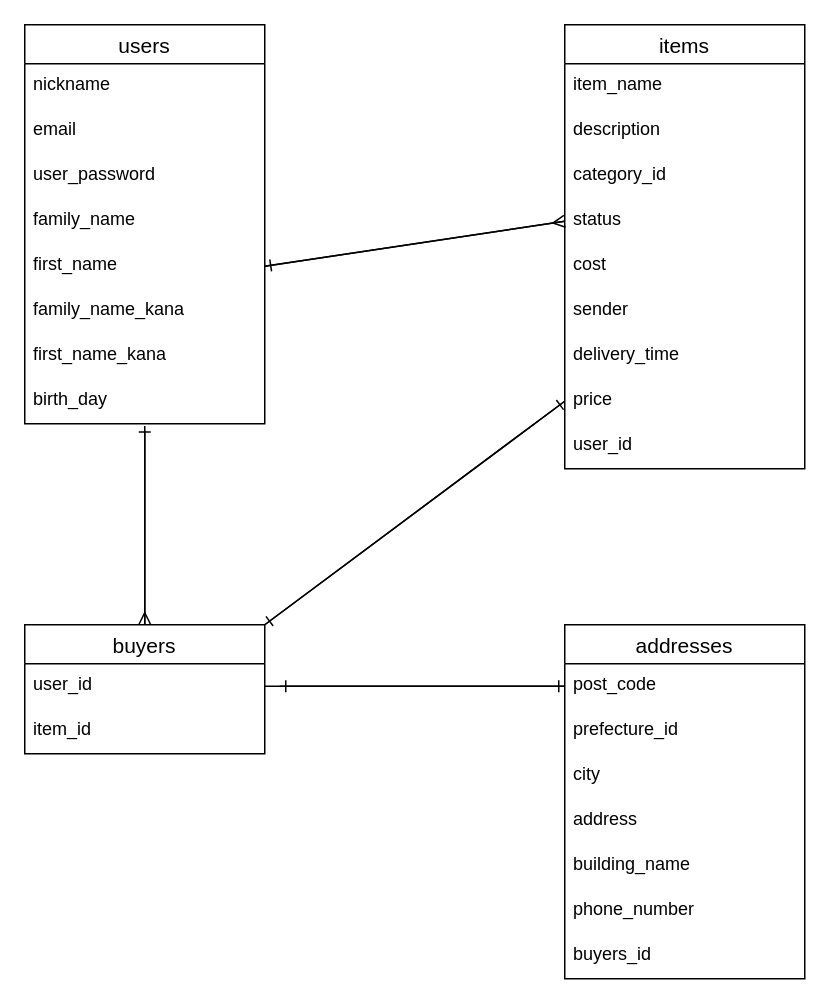
The draw.io diagram ER.dio in misuzu5/furima-38486, before the edit. Source tidied: cells renumbered, new cells numbered last; positions are measured from the earlier drawing's top-left corner, leaving out a move shared by most shapes. Both pictures are drawn from the tidied source at 150%, with x=0, y=0 at pixel (24, 24).
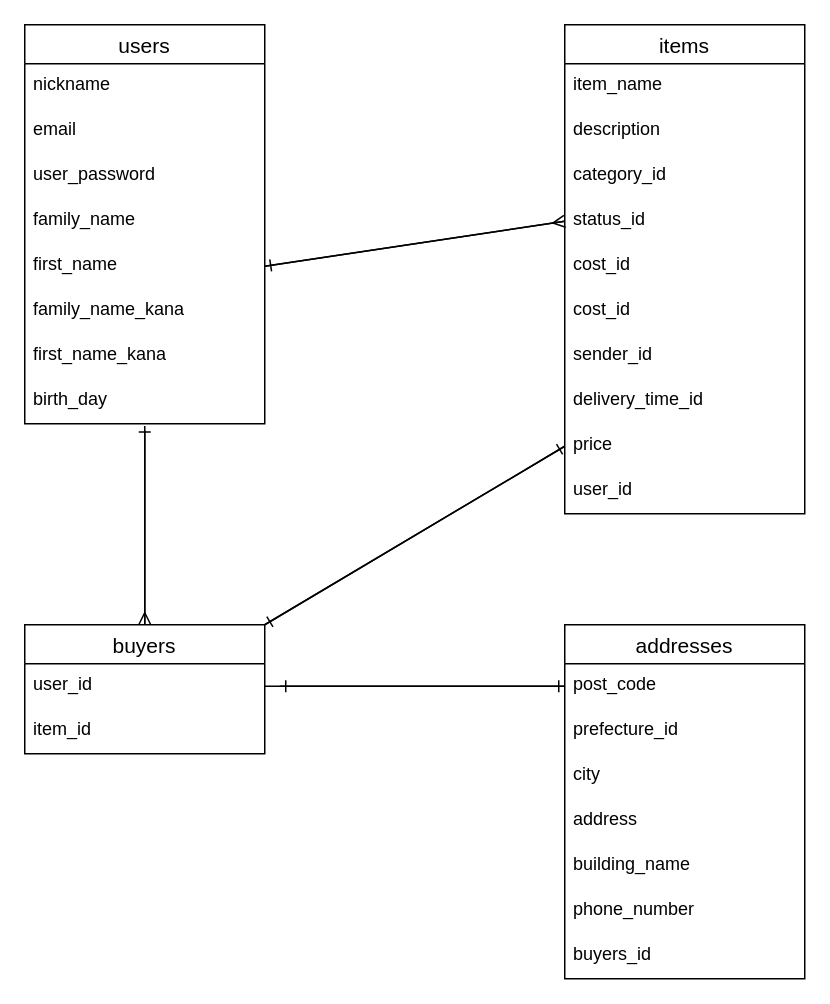
The same page after the edit.

Commit message (it also covers changes not shown here):
データベース設計 再修正

Change to the diagram source:
```diff
@@
     <mxCell id="11" value="items" style="swimlane;fontStyle=0;horizontal=1;startSize=26;align=center;fontSize=14;" parent="1" vertex="1">
-      <mxGeometry x="360" width="160" height="296" as="geometry" />
+      <mxGeometry x="360" width="160" height="326" as="geometry" />
     </mxCell>
@@
-    <mxCell id="15" value="status" style="text;strokeColor=none;fillColor=none;spacingLeft=4;spacingRight=4;overflow=hidden;points=[[0,0.5],[1,0.5]];portConstraint=eastwest;fontSize=12;" parent="11" vertex="1">
+    <mxCell id="15" value="status_id" style="text;strokeColor=none;fillColor=none;spacingLeft=4;spacingRight=4;overflow=hidden;points=[[0,0.5],[1,0.5]];portConstraint=eastwest;fontSize=12;" parent="11" vertex="1">
       <mxGeometry y="116" width="160" height="30" as="geometry" />
     </mxCell>
-    <mxCell id="16" value="cost" style="text;strokeColor=none;fillColor=none;spacingLeft=4;spacingRight=4;overflow=hidden;fontSize=12;" parent="11" vertex="1">
+    <mxCell id="16" value="cost_id" style="text;strokeColor=none;fillColor=none;spacingLeft=4;spacingRight=4;overflow=hidden;fontSize=12;" parent="11" vertex="1">
       <mxGeometry y="146" width="160" height="30" as="geometry" />
     </mxCell>
+    <mxCell id="41" value="cost_id" style="text;strokeColor=none;fillColor=none;spacingLeft=4;spacingRight=4;overflow=hidden;fontSize=12;" parent="11" vertex="1">
+      <mxGeometry y="176" width="160" height="30" as="geometry" />
+    </mxCell>
-    <mxCell id="17" value="sender" style="text;strokeColor=none;fillColor=none;spacingLeft=4;spacingRight=4;overflow=hidden;fontSize=12;" parent="11" vertex="1">
-      <mxGeometry y="176" width="160" height="30" as="geometry" />
+    <mxCell id="17" value="sender_id" style="text;strokeColor=none;fillColor=none;spacingLeft=4;spacingRight=4;overflow=hidden;fontSize=12;" parent="11" vertex="1">
+      <mxGeometry y="206" width="160" height="30" as="geometry" />
     </mxCell>
-    <mxCell id="18" value="delivery_time" style="text;strokeColor=none;fillColor=none;spacingLeft=4;spacingRight=4;overflow=hidden;fontSize=12;" parent="11" vertex="1">
-      <mxGeometry y="206" width="160" height="30" as="geometry" />
+    <mxCell id="18" value="delivery_time_id" style="text;strokeColor=none;fillColor=none;spacingLeft=4;spacingRight=4;overflow=hidden;fontSize=12;" parent="11" vertex="1">
+      <mxGeometry y="236" width="160" height="30" as="geometry" />
     </mxCell>
     <mxCell id="19" value="price" style="text;strokeColor=none;fillColor=none;spacingLeft=4;spacingRight=4;overflow=hidden;points=[[0,0.5],[1,0.5]];portConstraint=eastwest;fontSize=12;" parent="11" vertex="1">
-      <mxGeometry y="236" width="160" height="30" as="geometry" />
+      <mxGeometry y="266" width="160" height="30" as="geometry" />
     </mxCell>
     <mxCell id="20" value="user_id" style="text;strokeColor=none;fillColor=none;spacingLeft=4;spacingRight=4;overflow=hidden;fontSize=12;" parent="11" vertex="1">
-      <mxGeometry y="266" width="160" height="30" as="geometry" />
+      <mxGeometry y="296" width="160" height="30" as="geometry" />
     </mxCell>
```
